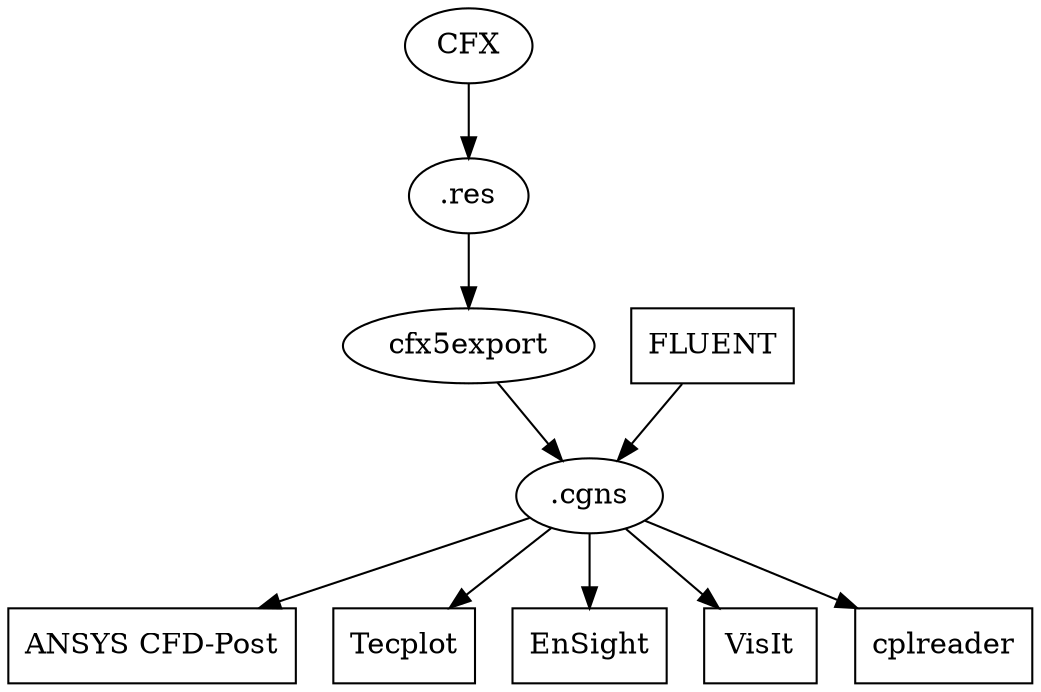
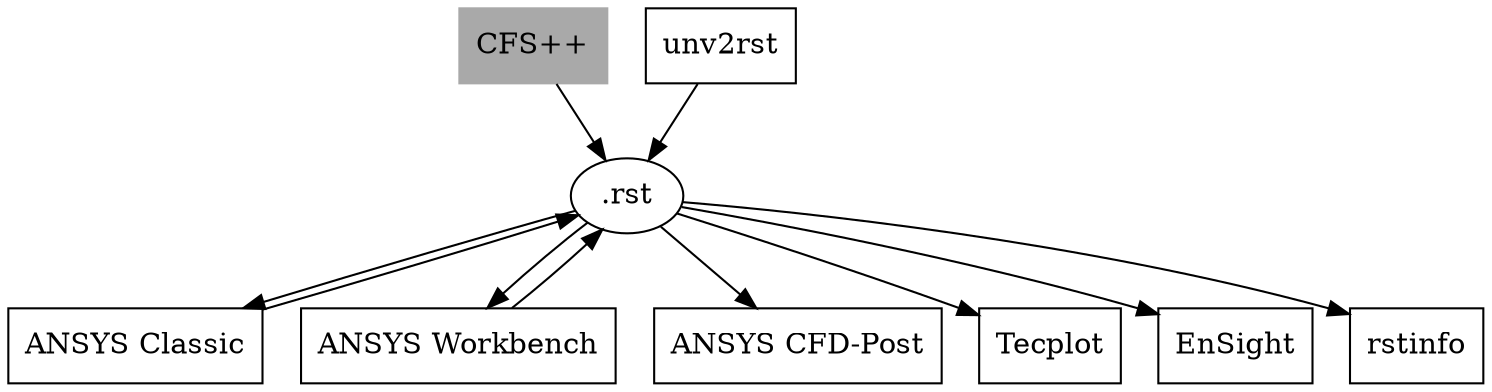
digraph G {
-         "CFX" -> ".res";
-         ".res" -> "cfx5export";
-         "cfx5export" -> ".cgns";
-         FLUENT -> ".cgns";
+     "CFS++" -> ".rst"
+     "unv2rst" -> ".rst"
+     "ANSYS Classic" -> ".rst"
+     "ANSYS Workbench" -> ".rst"

- 	".cgns" -> "ANSYS CFD-Post";
- 	".cgns" -> Tecplot;
- 	".cgns" -> EnSight;
- 	".cgns" -> VisIt;
- 	".cgns" -> cplreader;
+     ".rst" -> "ANSYS Classic"
+     ".rst" -> "ANSYS Workbench"
+     ".rst" -> "ANSYS CFD-Post"
+     ".rst" -> "Tecplot"
+     ".rst" -> "EnSight"
+     ".rst" -> "rstinfo"

-         "cplreader" [shape=box];
-         VisIt [shape=box];
- 	"ANSYS CFD-Post" [shape=box];
-         Tecplot [shape=box];
-         EnSight [shape=box];
- 	FLUENT [shape=box];
+     "unv2rst" [shape=box];
+     "ANSYS Classic" [shape=box];
+     "ANSYS Workbench" [shape=box];
+     Tecplot [shape=box];
+     EnSight [shape=box];
+     "ANSYS CFD-Post" [shape=box];
+     "rstinfo" [shape=box];
+ 
+     "CFS++" [shape=box,color=darkgrey,style=filled];
}
